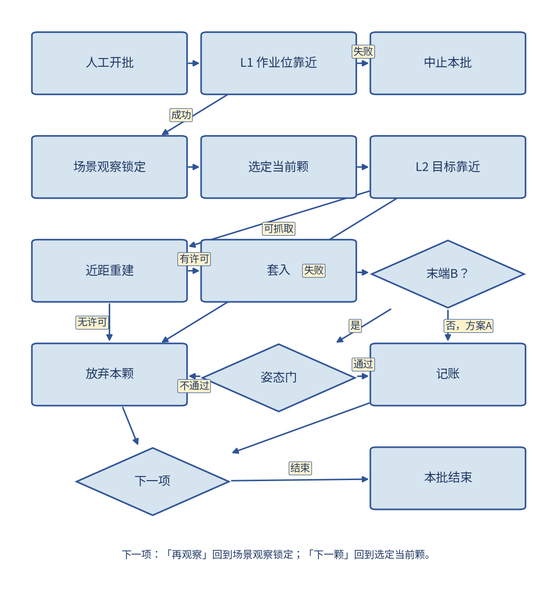
This is plans/感知抓取与自主导航联合项目设计/figures/fig02_批次主流程.png from MUHAN11-c/aubo_boot, a Mermaid export, as it was before one commit. Its source is kept beside it as plans/感知抓取与自主导航联合项目设计/figures/fig02_批次主流程.mmd.
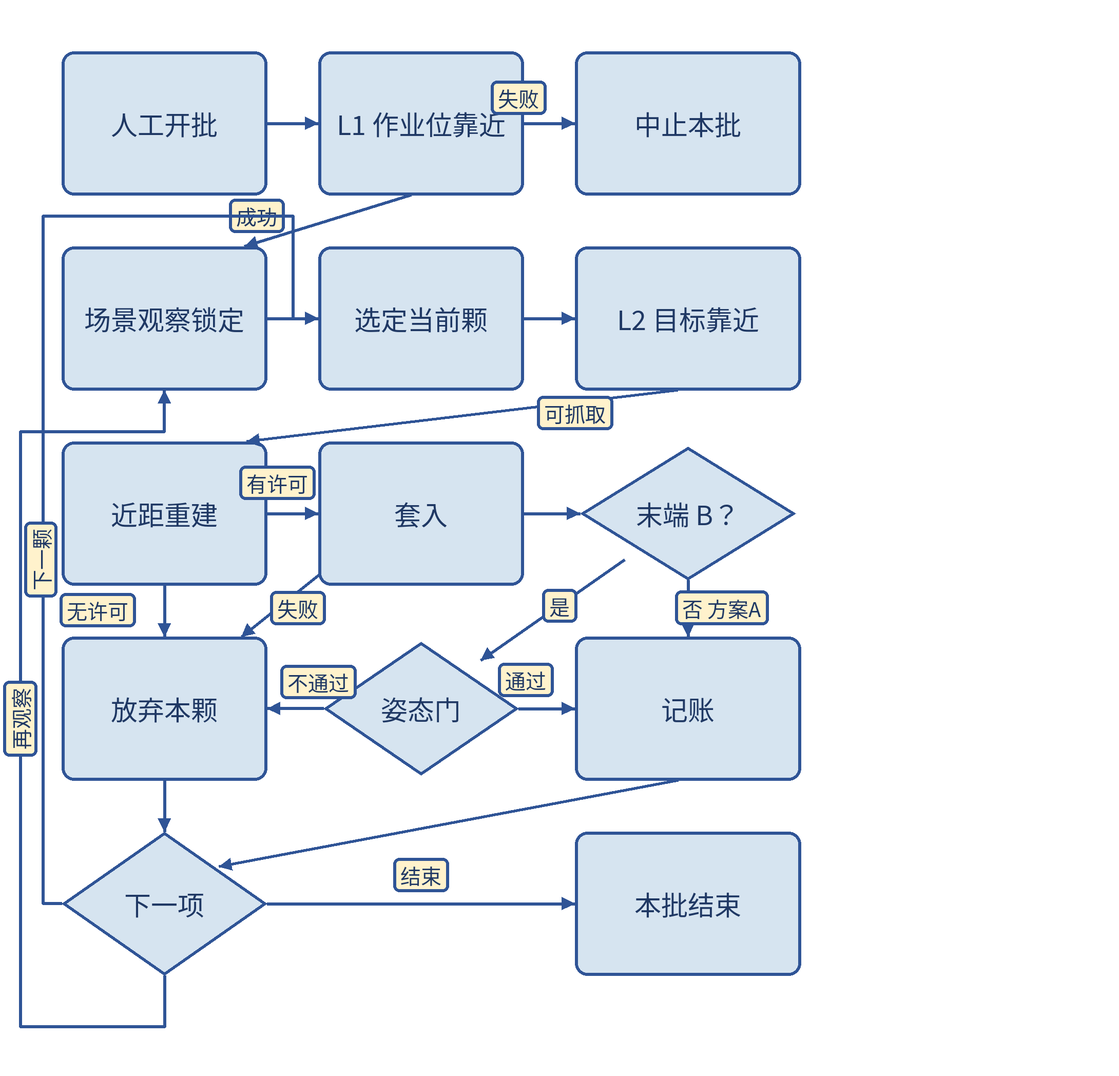
After the change.

The edit, as a diff of the source:
```diff
@@ -1,4 +1,4 @@
-flowchart TB
+flowchart LR
   subgraph COL1[到位与选定]
     direction TB
     A[人工开批] --> B[L1 作业位靠近]
@@ -13,7 +13,8 @@
     E -->|可抓取| F[近距重建]
     F -->|无许可| Y
     F -->|有许可| G[套入]
-    G --> H{末端B}
+    G -->|臂侧安全| Y
+    G --> H{末端 B？}
     H -->|否 方案A| I[记账]
     H -->|是| J{姿态门}
     J -->|通过| I
```
